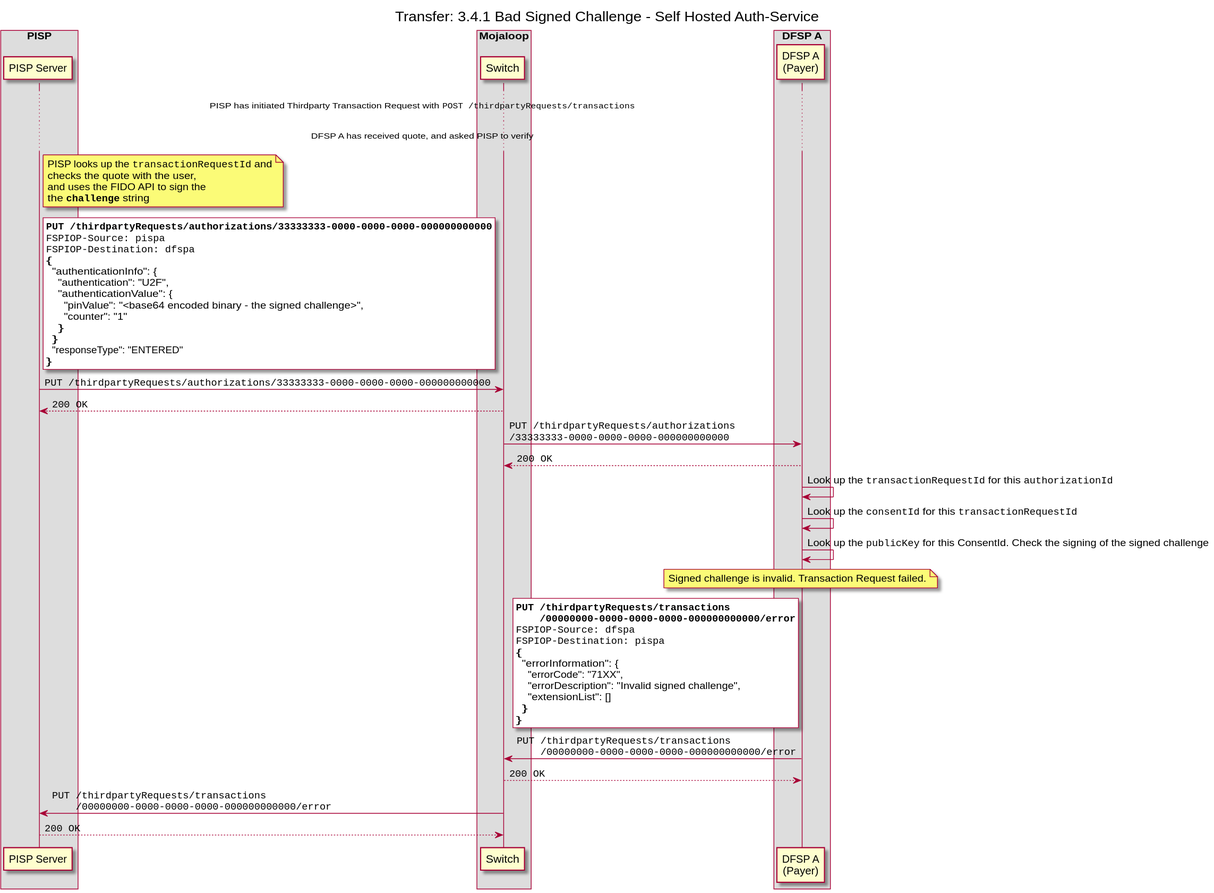
Above: docs/out/transfer/3-4-1-bad-signed-challenge-self-hosted.svg in mojaloop/pisp-project (PlantUML), before the change. Its source is kept beside it as docs/transfer/3-4-1-bad-signed-challenge-self-hosted.puml. Its diagram source:
```plantuml
@startuml

title Transfer: 3.4.1 Bad Signed Challenge - Self Hosted Auth-Service


box "PISP"
participant "PISP Server" as D1
end box
box "Mojaloop"
    participant Switch as S
end box
box "DFSP A"
    participant "DFSP A\n(Payer)" as D2
end box

... PISP has initiated Thirdparty Transaction Request with ""POST /thirdpartyRequests/transactions""...

... DFSP A has received quote, and asked PISP to verify...

note right of D1
  PISP looks up the ""transactionRequestId"" and
  checks the quote with the user,
  and uses the FIDO API to sign the
  the **""challenge""** string
end note

rnote right of D1 #Light
**""PUT /thirdpartyRequests/authorizations/33333333-0000-0000-0000-000000000000""**
""FSPIOP-Source: pispa""
""FSPIOP-Destination: dfspa""
{
  "authenticationInfo": {
    "authentication": "U2F",
    "authenticationValue": {
      "pinValue": "<base64 encoded binary - the signed challenge>",
      "counter": "1"
    }
  }
  "responseType": "ENTERED"
}
end note
D1 -> S: ""PUT /thirdpartyRequests/authorizations/33333333-0000-0000-0000-000000000000""
S --> D1: ""200 OK""
S -> D2: ""PUT /thirdpartyRequests/authorizations""\n""/33333333-0000-0000-0000-000000000000""
D2 --> S: ""200 OK""

D2 -> D2: Look up the ""transactionRequestId"" for this ""authorizationId""
D2 -> D2: Look up the ""consentId"" for this ""transactionRequestId""
D2 -> D2: Look up the ""publicKey"" for this ConsentId. Check the signing of the signed challenge

note over D2
  Signed challenge is invalid. Transaction Request failed.
end note


rnote left of D2 #Light
**""PUT /thirdpartyRequests/transactions""**
**""    /00000000-0000-0000-0000-000000000000/error""**
""FSPIOP-Source: dfspa""
""FSPIOP-Destination: pispa""
{
  "errorInformation": {
    "errorCode": "71XX",
    "errorDescription": "Invalid signed challenge",
    "extensionList": []
  }
}
end note
D2 -> S: ""PUT /thirdpartyRequests/transactions""\n""    /00000000-0000-0000-0000-000000000000/error""
S --> D2: ""200 OK""
S -> D1: ""PUT /thirdpartyRequests/transactions""\n""    /00000000-0000-0000-0000-000000000000/error""
D1 --> S: ""200 OK""

@enduml
```
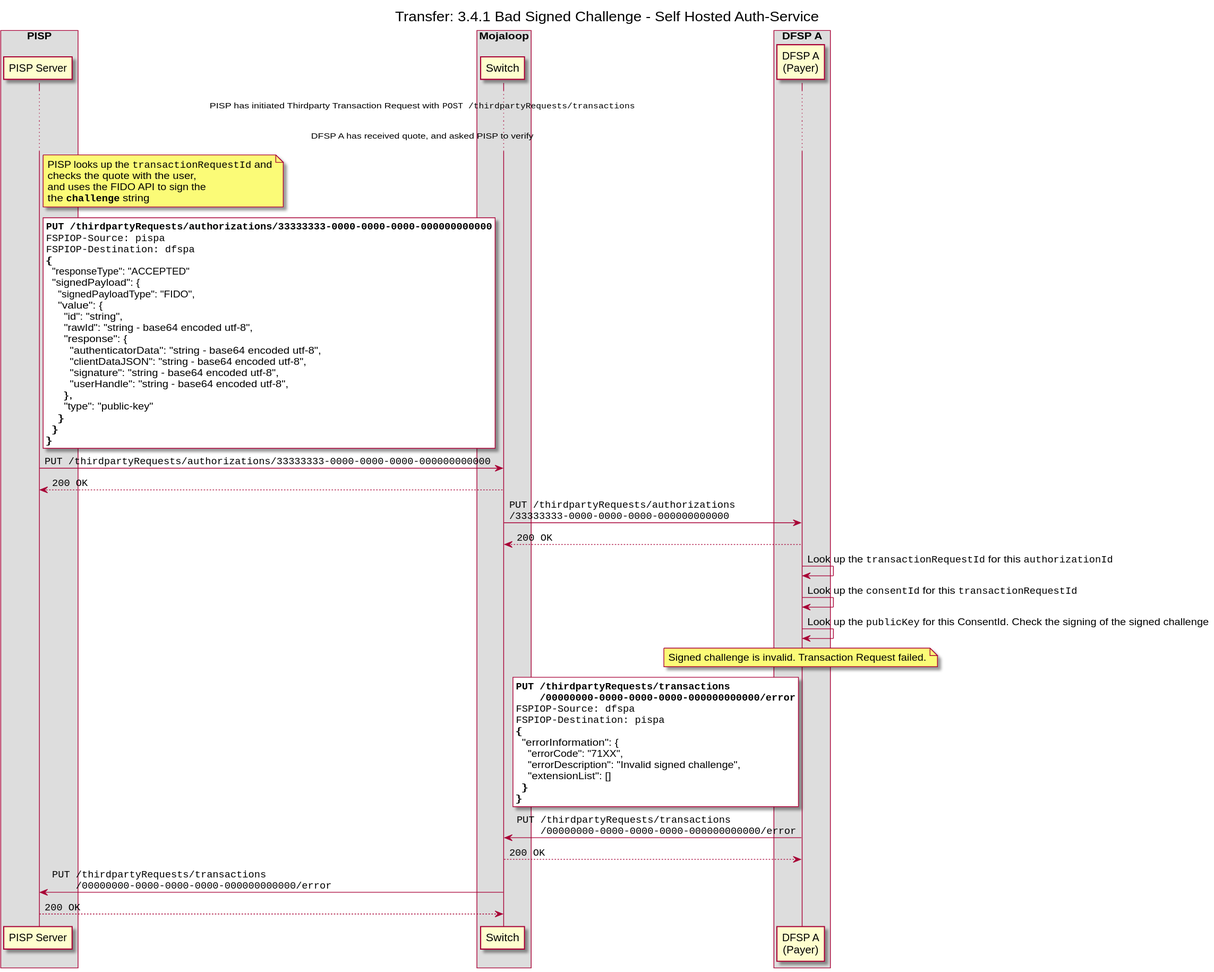
The same file after the commit.

Change to the diagram source:
```diff
@@ -29,14 +29,21 @@
 ""FSPIOP-Source: pispa""
 ""FSPIOP-Destination: dfspa""
 {
-  "authenticationInfo": {
-    "authentication": "U2F",
-    "authenticationValue": {
-      "pinValue": "<base64 encoded binary - the signed challenge>",
-      "counter": "1"
+  "responseType": "ACCEPTED"
+  "signedPayload": {
+    "signedPayloadType": "FIDO",
+    "value": {
+      "id": "string",
+      "rawId": "string - base64 encoded utf-8",
+      "response": {
+        "authenticatorData": "string - base64 encoded utf-8",
+        "clientDataJSON": "string - base64 encoded utf-8",
+        "signature": "string - base64 encoded utf-8",
+        "userHandle": "string - base64 encoded utf-8",
+      },
+      "type": "public-key"
     }
   }
-  "responseType": "ENTERED"
 }
 end note
 D1 -> S: ""PUT /thirdpartyRequests/authorizations/33333333-0000-0000-0000-000000000000""
```
